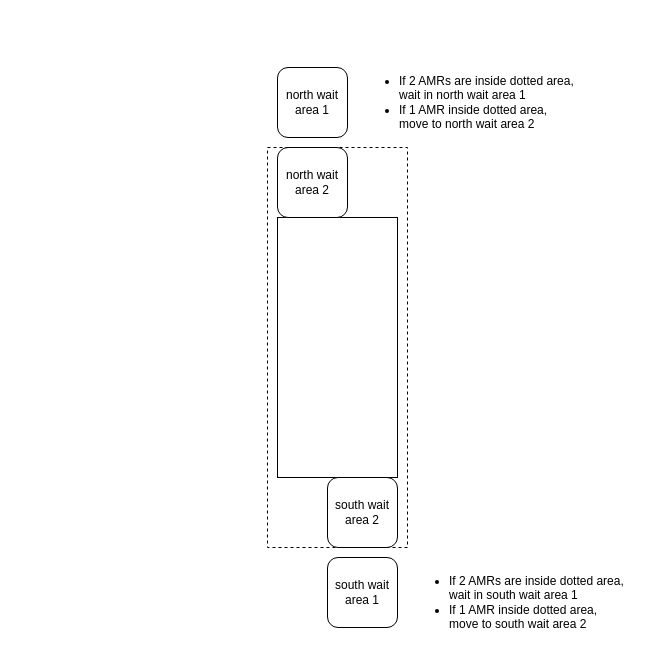
Earlier version of the draw.io diagram virtual_occupancy.drawio (sdswoops824/myrepo). Source tidied: cells renumbered, new cells numbered last; positions are measured from the earlier drawing's top-left corner, leaving out a move shared by most shapes. Both pictures are drawn from the tidied source at 100%, with x=0, y=0 at pixel (267, 67).
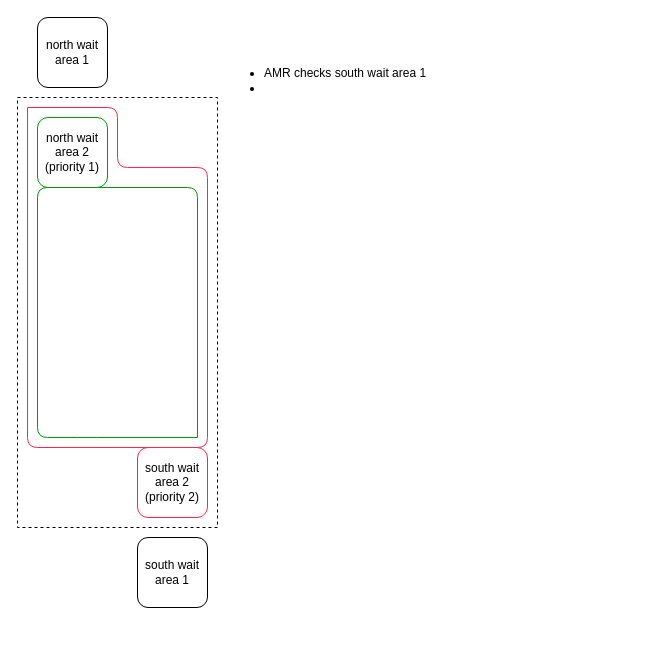
The same page after the edit.

Change to the diagram source:
```diff
@@
 <mxGraphModel>
   <root>
     <mxCell id="0" />
     <mxCell id="1" parent="0" />
     <mxCell id="2" style="rounded=0;whiteSpace=wrap;html=1;dashed=1;fillColor=none;" parent="1" vertex="1">
-      <mxGeometry y="80" width="140" height="400" as="geometry" />
+      <mxGeometry x="-250" y="30" width="200" height="430" as="geometry" />
     </mxCell>
-    <mxCell id="3" style="rounded=0;whiteSpace=wrap;html=1;" parent="1" vertex="1">
-      <mxGeometry x="10" y="150" width="120" height="260" as="geometry" />
-    </mxCell>
-    <mxCell id="4" value="south wait area 2" style="rounded=1;whiteSpace=wrap;html=1;" parent="1" vertex="1">
-      <mxGeometry x="60" y="410" width="70" height="70" as="geometry" />
+    <mxCell id="4" value="south wait area 2&lt;div&gt;(priority 2)&lt;/div&gt;" style="rounded=1;whiteSpace=wrap;html=1;fillColor=none;strokeColor=#FF264A;" parent="1" vertex="1">
+      <mxGeometry x="-130" y="380" width="70" height="70" as="geometry" />
     </mxCell>
-    <mxCell id="5" value="north wait area 2" style="rounded=1;whiteSpace=wrap;html=1;" parent="1" vertex="1">
-      <mxGeometry x="10" y="80" width="70" height="70" as="geometry" />
+    <mxCell id="5" value="north wait area 2&lt;div&gt;(priority 1)&lt;/div&gt;" style="rounded=1;whiteSpace=wrap;html=1;strokeColor=#009900;" parent="1" vertex="1">
+      <mxGeometry x="-230" y="50" width="70" height="70" as="geometry" />
     </mxCell>
     <mxCell id="6" value="north wait area 1" style="rounded=1;whiteSpace=wrap;html=1;" parent="1" vertex="1">
-      <mxGeometry x="10" width="70" height="70" as="geometry" />
+      <mxGeometry x="-230" y="-50" width="70" height="70" as="geometry" />
     </mxCell>
     <mxCell id="7" value="south wait area 1" style="rounded=1;whiteSpace=wrap;html=1;" parent="1" vertex="1">
-      <mxGeometry x="60" y="490" width="70" height="70" as="geometry" />
+      <mxGeometry x="-130" y="470" width="70" height="70" as="geometry" />
     </mxCell>
-    <mxCell id="8" value="&lt;ul&gt;&lt;li&gt;If 2 AMRs are inside dotted area, wait in south wait area 1&lt;/li&gt;&lt;li&gt;If 1 AMR inside dotted area, move to south wait area 2&lt;/li&gt;&lt;/ul&gt;" style="text;html=1;align=left;verticalAlign=middle;whiteSpace=wrap;rounded=0;" parent="1" vertex="1">
-      <mxGeometry x="140" y="500" width="220" height="70" as="geometry" />
-    </mxCell>
-    <mxCell id="9" value="&lt;ul&gt;&lt;li&gt;If 2 AMRs are inside dotted area, wait in north wait area 1&lt;/li&gt;&lt;li&gt;If 1 AMR inside dotted area, move to north wait area 2&lt;/li&gt;&lt;/ul&gt;" style="text;html=1;align=left;verticalAlign=middle;whiteSpace=wrap;rounded=0;" parent="1" vertex="1">
-      <mxGeometry x="90" width="220" height="70" as="geometry" />
-    </mxCell>
+    <mxCell id="10" style="endArrow=none;html=1;rounded=1;strokeColor=#FF264A;curved=0;" parent="1" edge="1">
+      <mxGeometry relative="1" as="geometry">
+        <mxPoint x="-240" y="40" as="sourcePoint" />
+        <mxPoint x="-240" y="40" as="targetPoint" />
+        <Array as="points">
+          <mxPoint x="-150" y="40" />
+          <mxPoint x="-150" y="100" />
+          <mxPoint x="-60" y="100" />
+          <mxPoint x="-60" y="380" />
+          <mxPoint x="-240" y="380" />
+        </Array>
+      </mxGeometry>
+    </mxCell>
+    <mxCell id="11" style="endArrow=none;html=1;rounded=1;strokeColor=#009900;curved=0;" parent="1" edge="1">
+      <mxGeometry relative="1" as="geometry">
+        <mxPoint x="-70" y="370" as="sourcePoint" />
+        <mxPoint x="-70" y="370" as="targetPoint" />
+        <Array as="points">
+          <mxPoint x="-70" y="120" />
+          <mxPoint x="-230" y="120" />
+          <mxPoint x="-230" y="370" />
+          <mxPoint x="-180" y="370" />
+        </Array>
+      </mxGeometry>
+    </mxCell>
+    <mxCell id="12" value="&lt;ul&gt;&lt;li&gt;AMR checks south wait area 1&lt;/li&gt;&lt;li&gt;&lt;br&gt;&lt;/li&gt;&lt;/ul&gt;" style="text;html=1;align=left;verticalAlign=middle;strokeColor=none;fillColor=none;" parent="1" vertex="1">
+      <mxGeometry x="-45" y="-22" width="230" height="70" as="geometry" />
+    </mxCell>
   </root>
 </mxGraphModel>
```
